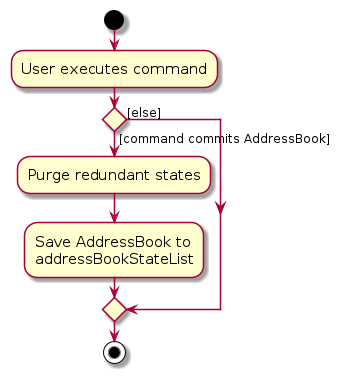
Earlier version of the PlantUML export diagrams/CommitActivityDiagram.png (AY2627S1-CS2103T-T16-2/tp). Its source is kept beside it as diagrams/CommitActivityDiagram.puml. Its diagram source:
```plantuml
@startuml
skin rose
skinparam ActivityFontSize 15
skinparam ArrowFontSize 12
start
:User executes command;


if () then ([command commits AddressBook])
    :Purge redundant states;
    :Save AddressBook to
    addressBookStateList;
else ([else])
endif
stop
@enduml
```
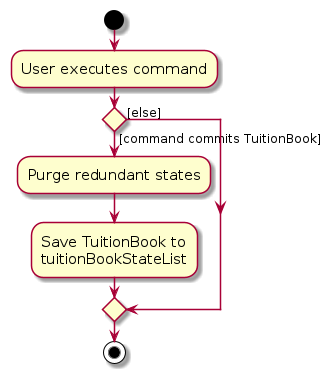
The same file after the commit.

The edit, as a diff of the source:
```diff
@@ -6,10 +6,10 @@
 :User executes command;
 
 
-if () then ([command commits AddressBook])
+if () then ([command commits TuitionBook])
     :Purge redundant states;
-    :Save AddressBook to
-    addressBookStateList;
+    :Save TuitionBook to
+    tuitionBookStateList;
 else ([else])
 endif
 stop
```
